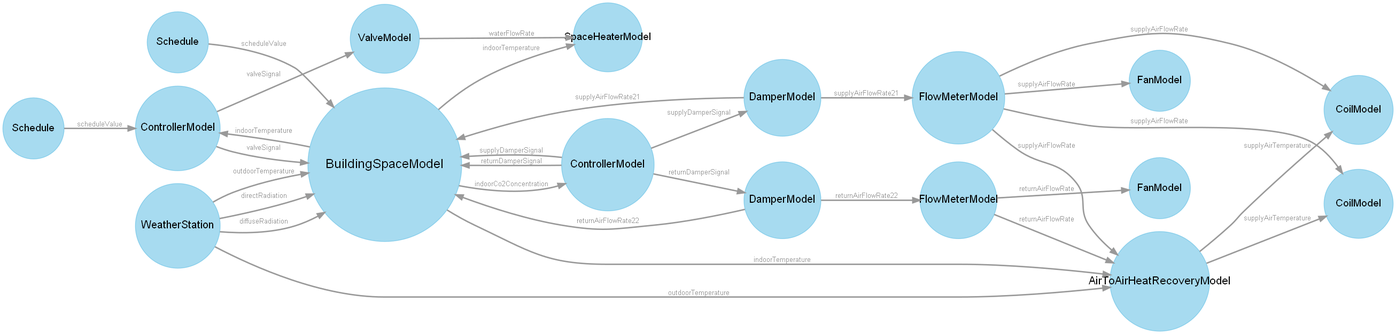
Before: system_graph.png, a diagram exported from Graphviz (JBjoernskov/Twin4Build). Its source is kept beside it as system_graph.dot.
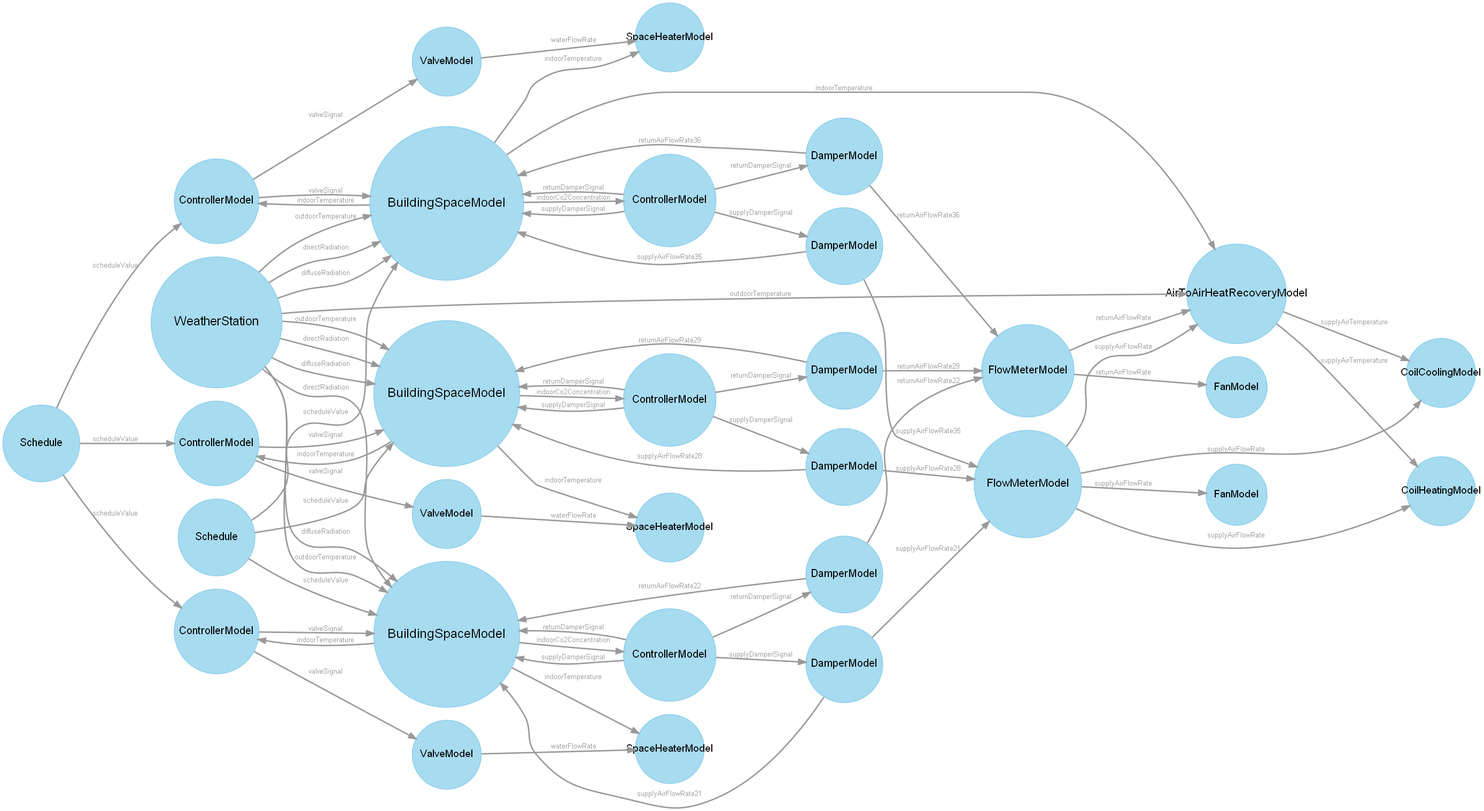
Above is the later version.

What changed in the source:
```diff
@@ -1,30 +1,45 @@
 digraph  {
 node [color="#23a6db66", colorscheme=oranges9, fixedsize=shape, fontname=Helvetica, fontsize=10, margin=0, shape=circle, style=filled, width=0.8];
 edge [color="#999999", fontcolor="#999999", fontname=Helvetica, fontsize=10, minlen=1, penwidth=2, weight=3];
-9 [fontsize="14.000000000000002", label=Schedule, width="1.2"];
+9 [fontsize="14.666666666666668", label=Schedule, width="1.5"];
 19 [fontsize="15.000000000000002", label=ControllerModel, width="1.65"];
-23 [fontsize="18.0", label=BuildingSpaceModel, width="3.0"];
+23 [fontsize="17.666666666666668", label=BuildingSpaceModel, width="2.8499999999999996"];
 20 [fontsize="15.333333333333334", label=ControllerModel, width="1.8"];
 21 [fontsize="14.666666666666668", label=DamperModel, width="1.5"];
-15 [fontsize="15.333333333333334", label=FlowMeterModel, width="1.8"];
+15 [fontsize="16.0", label=FlowMeterModel, width="2.1"];
 22 [fontsize="14.666666666666668", label=DamperModel, width="1.5"];
-16 [fontsize="14.666666666666668", label=FlowMeterModel, width="1.5"];
+16 [fontsize="15.333333333333334", label=FlowMeterModel, width="1.8"];
 17 [fontsize="14.333333333333334", label=SpaceHeaterModel, width="1.35"];
 18 [fontsize="14.333333333333334", label=ValveModel, width="1.35"];
-8 [fontsize="14.000000000000002", label=Schedule, width="1.2"];
-7 [fontsize="15.000000000000002", label=WeatherStation, width="1.65"];
+8 [fontsize="14.666666666666668", label=Schedule, width="1.5"];
+7 [fontsize="17.0", label=WeatherStation, width="2.55"];
+26 [fontsize="15.000000000000002", label=ControllerModel, width="1.65"];
+30 [fontsize="17.666666666666668", label=BuildingSpaceModel, width="2.8499999999999996"];
+27 [fontsize="15.333333333333334", label=ControllerModel, width="1.8"];
+28 [fontsize="14.666666666666668", label=DamperModel, width="1.5"];
+29 [fontsize="14.666666666666668", label=DamperModel, width="1.5"];
+24 [fontsize="14.333333333333334", label=SpaceHeaterModel, width="1.35"];
+25 [fontsize="14.333333333333334", label=ValveModel, width="1.35"];
+33 [fontsize="15.000000000000002", label=ControllerModel, width="1.65"];
+37 [fontsize="18.0", label=BuildingSpaceModel, width="3.0"];
+34 [fontsize="15.333333333333334", label=ControllerModel, width="1.8"];
+35 [fontsize="14.666666666666668", label=DamperModel, width="1.5"];
+36 [fontsize="14.666666666666668", label=DamperModel, width="1.5"];
+31 [fontsize="14.333333333333334", label=SpaceHeaterModel, width="1.35"];
+32 [fontsize="14.333333333333334", label=ValveModel, width="1.35"];
 10 [fontsize="15.666666666666668", label=AirToAirHeatRecoveryModel, width="1.95"];
-11 [fontsize="14.333333333333334", label=CoilModel, width="1.35"];
-12 [fontsize="14.333333333333334", label=CoilModel, width="1.35"];
+11 [fontsize="14.333333333333334", label=CoilHeatingModel, width="1.35"];
+12 [fontsize="14.333333333333334", label=CoilCoolingModel, width="1.35"];
 13 [fontsize="14.000000000000002", label=FanModel, width="1.2"];
 14 [fontsize="14.000000000000002", label=FanModel, width="1.2"];
 9 -> 19  [key=0, label=scheduleValue, rad=0];
+9 -> 26  [key=0, label=scheduleValue, rad=0];
+9 -> 33  [key=0, label=scheduleValue, rad=0];
 19 -> 18  [key=0, label=valveSignal, rad=0];
 19 -> 23  [key=0, label=valveSignal, rad=0];
 23 -> 19  [key=0, label=indoorTemperature, rad=0];
 23 -> 20  [key=0, label=indoorCo2Concentration, rad=0];
 23 -> 17  [key=0, label=indoorTemperature, rad=0];
-23 -> 10  [key=0, label=indoorTemperature, rad=0];
 20 -> 23  [key=0, label=supplyDamperSignal, rad=0];
 20 -> 23  [key=1, label=returnDamperSignal, rad=0];
 20 -> 21  [key=0, label=supplyDamperSignal, rad=0];
@@ -41,10 +56,47 @@
 16 -> 14  [key=0, label=returnAirFlowRate, rad=0];
 18 -> 17  [key=0, label=waterFlowRate, rad=0];
 8 -> 23  [key=0, label=scheduleValue, rad=0];
+8 -> 30  [key=0, label=scheduleValue, rad=0];
+8 -> 37  [key=0, label=scheduleValue, rad=0];
 7 -> 23  [key=0, label=directRadiation, rad=0];
 7 -> 23  [key=1, label=diffuseRadiation, rad=0];
 7 -> 23  [key=2, label=outdoorTemperature, rad=0];
+7 -> 30  [key=0, label=directRadiation, rad=0];
+7 -> 30  [key=1, label=diffuseRadiation, rad=0];
+7 -> 30  [key=2, label=outdoorTemperature, rad=0];
+7 -> 37  [key=0, label=directRadiation, rad=0];
+7 -> 37  [key=1, label=diffuseRadiation, rad=0];
+7 -> 37  [key=2, label=outdoorTemperature, rad=0];
 7 -> 10  [key=0, label=outdoorTemperature, rad=0];
+26 -> 25  [key=0, label=valveSignal, rad=0];
+26 -> 30  [key=0, label=valveSignal, rad=0];
+30 -> 26  [key=0, label=indoorTemperature, rad=0];
+30 -> 27  [key=0, label=indoorCo2Concentration, rad=0];
+30 -> 24  [key=0, label=indoorTemperature, rad=0];
+27 -> 30  [key=0, label=supplyDamperSignal, rad=0];
+27 -> 30  [key=1, label=returnDamperSignal, rad=0];
+27 -> 28  [key=0, label=supplyDamperSignal, rad=0];
+27 -> 29  [key=0, label=returnDamperSignal, rad=0];
+28 -> 15  [key=0, label=supplyAirFlowRate28, rad=0];
+28 -> 30  [key=0, label=supplyAirFlowRate28, rad=0];
+29 -> 16  [key=0, label=returnAirFlowRate29, rad=0];
+29 -> 30  [key=0, label=returnAirFlowRate29, rad=0];
+25 -> 24  [key=0, label=waterFlowRate, rad=0];
+33 -> 32  [key=0, label=valveSignal, rad=0];
+33 -> 37  [key=0, label=valveSignal, rad=0];
+37 -> 33  [key=0, label=indoorTemperature, rad=0];
+37 -> 34  [key=0, label=indoorCo2Concentration, rad=0];
+37 -> 31  [key=0, label=indoorTemperature, rad=0];
+37 -> 10  [key=0, label=indoorTemperature, rad=0];
+34 -> 37  [key=0, label=supplyDamperSignal, rad=0];
+34 -> 37  [key=1, label=returnDamperSignal, rad=0];
+34 -> 35  [key=0, label=supplyDamperSignal, rad=0];
+34 -> 36  [key=0, label=returnDamperSignal, rad=0];
+35 -> 15  [key=0, label=supplyAirFlowRate35, rad=0];
+35 -> 37  [key=0, label=supplyAirFlowRate35, rad=0];
+36 -> 16  [key=0, label=returnAirFlowRate36, rad=0];
+36 -> 37  [key=0, label=returnAirFlowRate36, rad=0];
+32 -> 31  [key=0, label=waterFlowRate, rad=0];
 10 -> 11  [key=0, label=supplyAirTemperature, rad=0];
 10 -> 12  [key=0, label=supplyAirTemperature, rad=0];
 }
```
